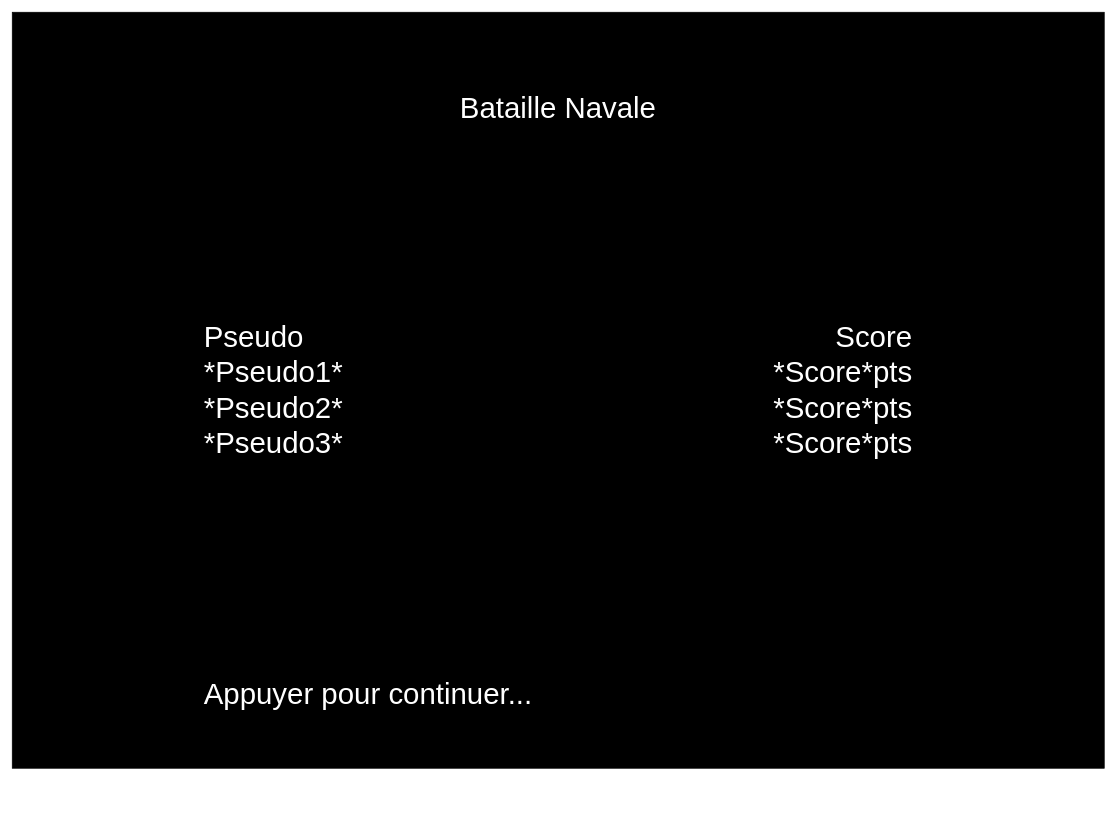
The draw.io diagram page "Scores" (2 of 5) of Maquette - Bataille Navale_YF.drawio in YFanha/Bataille-Navale, before the edit. Source tidied: cells renumbered, new cells numbered last; positions are measured from the earlier drawing's top-left corner, leaving out a move shared by most shapes. Both pictures are drawn from the tidied source at 70%, with x=0, y=0 at pixel (12, 12).
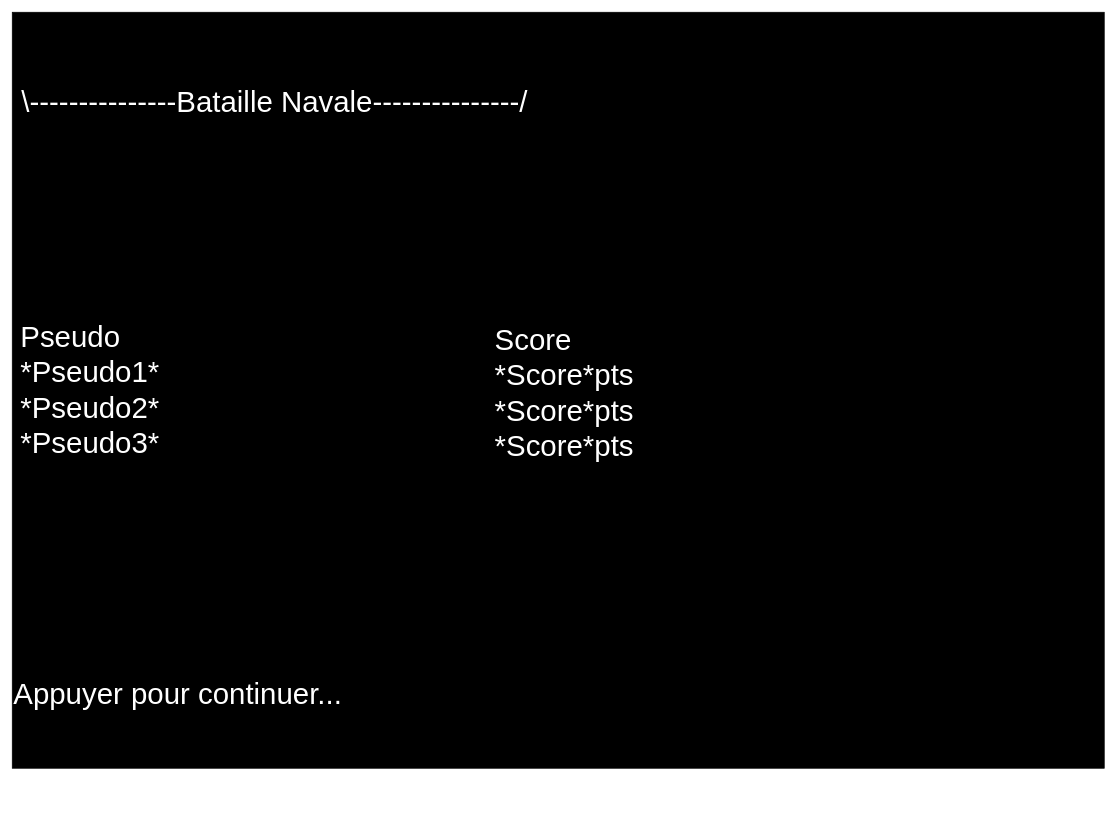
The same diagram, later.

Change to the diagram source:
```diff
@@
 <mxGraphModel>
   <root>
     <mxCell id="0" />
     <mxCell id="1" parent="0" />
     <mxCell id="2" style="group;" parent="1" vertex="1">
       <mxGeometry width="1560" height="1150" as="geometry" />
     </mxCell>
     <mxCell id="3" style="rounded=0;whiteSpace=wrap;html=1;strokeColor=#000000;fillColor=#000000;" parent="2" vertex="1">
       <mxGeometry width="1560" height="1080" as="geometry" />
     </mxCell>
-    <mxCell id="4" value="&lt;font style=&quot;font-size: 42px&quot; color=&quot;#ffffff&quot;&gt;Bataille Navale&lt;/font&gt;" style="text;html=1;strokeColor=none;fillColor=none;align=center;verticalAlign=middle;whiteSpace=wrap;rounded=0;" parent="2" vertex="1">
-      <mxGeometry x="448.2" y="87.7" width="663.6" height="101.3" as="geometry" />
-    </mxCell>
     <mxCell id="5" value="&lt;div style=&quot;font-size: 42px&quot;&gt;&lt;span style=&quot;color: rgb(255 , 255 , 255)&quot;&gt;&lt;font style=&quot;font-size: 42px&quot;&gt;Pseudo&lt;/font&gt;&lt;/span&gt;&lt;/div&gt;&lt;div style=&quot;font-size: 42px&quot;&gt;&lt;font style=&quot;font-size: 42px&quot;&gt;&lt;span style=&quot;color: rgb(255 , 255 , 255)&quot;&gt;*Pseudo1*&lt;/span&gt;&lt;span style=&quot;color: rgb(255 , 255 , 255)&quot;&gt;&lt;br&gt;&lt;/span&gt;&lt;/font&gt;&lt;/div&gt;&lt;div style=&quot;font-size: 42px&quot;&gt;&lt;font style=&quot;font-size: 42px&quot;&gt;&lt;span style=&quot;color: rgb(255 , 255 , 255)&quot;&gt;*Pseudo2*&lt;/span&gt;&lt;span style=&quot;color: rgb(255 , 255 , 255)&quot;&gt;&lt;br&gt;&lt;/span&gt;&lt;/font&gt;&lt;/div&gt;&lt;div style=&quot;font-size: 42px&quot;&gt;&lt;span style=&quot;color: rgb(255 , 255 , 255)&quot;&gt;&lt;font style=&quot;font-size: 42px&quot;&gt;*Pseudo3*&lt;/font&gt;&lt;/span&gt;&lt;span style=&quot;font-size: 22px ; color: rgb(255 , 255 , 255)&quot;&gt;&lt;br&gt;&lt;/span&gt;&lt;/div&gt;" style="text;html=1;strokeColor=none;fillColor=none;align=left;verticalAlign=middle;whiteSpace=wrap;rounded=0;" parent="2" vertex="1">
-      <mxGeometry x="272.1" y="270" width="489.8" height="540" as="geometry" />
+      <mxGeometry x="10" y="270" width="489.8" height="540" as="geometry" />
     </mxCell>
-    <mxCell id="6" value="&lt;div style=&quot;font-size: 42px&quot;&gt;&lt;font style=&quot;font-size: 42px&quot;&gt;&lt;span style=&quot;color: rgb(255 , 255 , 255)&quot;&gt;Score&lt;/span&gt;&lt;br&gt;&lt;/font&gt;&lt;/div&gt;&lt;div style=&quot;font-size: 42px&quot;&gt;&lt;font style=&quot;font-size: 42px&quot;&gt;&lt;span style=&quot;color: rgb(255 , 255 , 255)&quot;&gt;*Score*pts&lt;/span&gt;&lt;span style=&quot;color: rgb(255 , 255 , 255)&quot;&gt;&lt;br&gt;&lt;/span&gt;&lt;/font&gt;&lt;/div&gt;&lt;div style=&quot;font-size: 42px&quot;&gt;&lt;font style=&quot;font-size: 42px&quot;&gt;&lt;span style=&quot;color: rgb(255 , 255 , 255)&quot;&gt;*Score*pts&lt;/span&gt;&lt;span style=&quot;color: rgb(255 , 255 , 255)&quot;&gt;&lt;br&gt;&lt;/span&gt;&lt;/font&gt;&lt;/div&gt;&lt;div style=&quot;font-size: 42px&quot;&gt;&lt;span style=&quot;color: rgb(255 , 255 , 255)&quot;&gt;&lt;font style=&quot;font-size: 42px&quot;&gt;*Score*pts&lt;/font&gt;&lt;/span&gt;&lt;span style=&quot;font-size: 22px ; color: rgb(255 , 255 , 255)&quot;&gt;&lt;br&gt;&lt;/span&gt;&lt;/div&gt;" style="text;html=1;strokeColor=none;fillColor=none;align=right;verticalAlign=middle;whiteSpace=wrap;rounded=0;" parent="2" vertex="1">
-      <mxGeometry x="798.1" y="270" width="489.8" height="540" as="geometry" />
+    <mxCell id="6" value="&lt;div style=&quot;text-align: left ; font-size: 42px&quot;&gt;&lt;font style=&quot;font-size: 42px&quot;&gt;&lt;span style=&quot;color: rgb(255 , 255 , 255)&quot;&gt;Score&lt;/span&gt;&lt;br&gt;&lt;/font&gt;&lt;/div&gt;&lt;div style=&quot;text-align: left ; font-size: 42px&quot;&gt;&lt;font style=&quot;font-size: 42px&quot;&gt;&lt;span style=&quot;color: rgb(255 , 255 , 255)&quot;&gt;*Score*pts&lt;/span&gt;&lt;span style=&quot;color: rgb(255 , 255 , 255)&quot;&gt;&lt;br&gt;&lt;/span&gt;&lt;/font&gt;&lt;/div&gt;&lt;div style=&quot;text-align: left ; font-size: 42px&quot;&gt;&lt;font style=&quot;font-size: 42px&quot;&gt;&lt;span style=&quot;color: rgb(255 , 255 , 255)&quot;&gt;*Score*pts&lt;/span&gt;&lt;span style=&quot;color: rgb(255 , 255 , 255)&quot;&gt;&lt;br&gt;&lt;/span&gt;&lt;/font&gt;&lt;/div&gt;&lt;div style=&quot;text-align: left ; font-size: 42px&quot;&gt;&lt;span style=&quot;color: rgb(255 , 255 , 255)&quot;&gt;&lt;font style=&quot;font-size: 42px&quot;&gt;*Score*pts&lt;/font&gt;&lt;/span&gt;&lt;span style=&quot;font-size: 22px ; color: rgb(255 , 255 , 255)&quot;&gt;&lt;br&gt;&lt;/span&gt;&lt;/div&gt;" style="text;html=1;strokeColor=none;fillColor=none;align=right;verticalAlign=middle;whiteSpace=wrap;rounded=0;" parent="2" vertex="1">
+      <mxGeometry x="400" y="274" width="489.8" height="540" as="geometry" />
     </mxCell>
     <mxCell id="7" value="&lt;div style=&quot;font-size: 42px&quot;&gt;&lt;font color=&quot;#ffffff&quot;&gt;Appuyer pour continuer...&lt;/font&gt;&lt;/div&gt;" style="text;html=1;strokeColor=none;fillColor=none;align=left;verticalAlign=middle;whiteSpace=wrap;rounded=0;" parent="2" vertex="1">
-      <mxGeometry x="272.1" y="940" width="489.8" height="70" as="geometry" />
+      <mxGeometry y="940" width="489.8" height="70" as="geometry" />
     </mxCell>
+    <mxCell id="8" value="&lt;font style=&quot;font-size: 42px&quot; color=&quot;#ffffff&quot;&gt;\---------------Bataille Navale---------------/&lt;/font&gt;" style="text;html=1;strokeColor=none;fillColor=none;align=center;verticalAlign=middle;whiteSpace=wrap;rounded=0;" parent="2" vertex="1">
+      <mxGeometry y="80" width="750" height="97.5" as="geometry" />
+    </mxCell>
   </root>
 </mxGraphModel>
```
